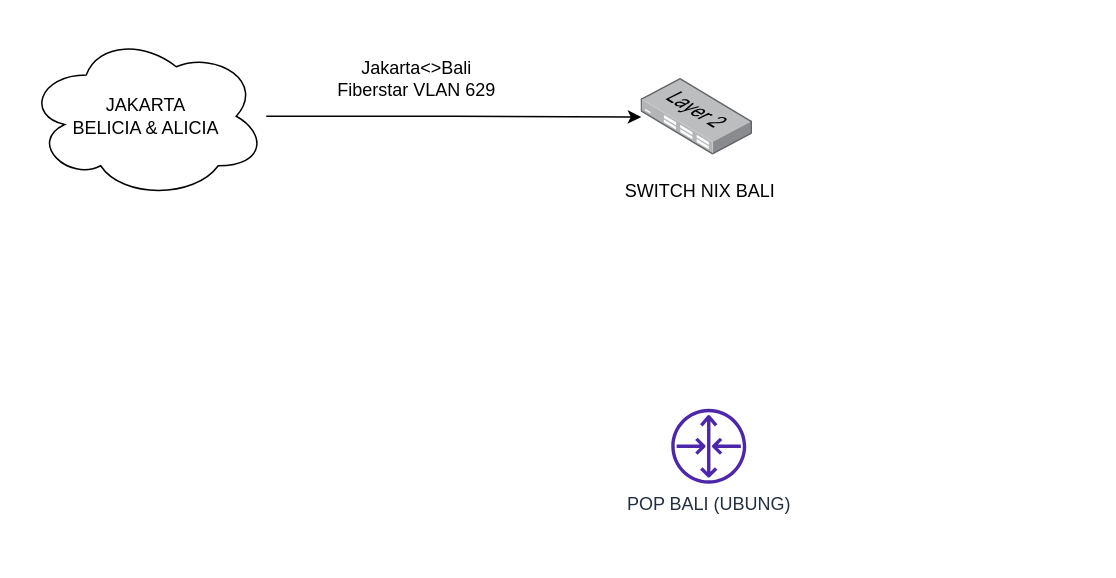
akbar12109/akbar12109.github.io keeps this draw.io diagram as POP BALI.drawio. Above is the earlier version. Source tidied: cells renumbered, new cells numbered last; positions are measured from the earlier drawing's top-left corner, leaving out a move shared by most shapes. Both pictures are drawn from the tidied source at 150%, with x=0, y=0 at pixel (26, 33).
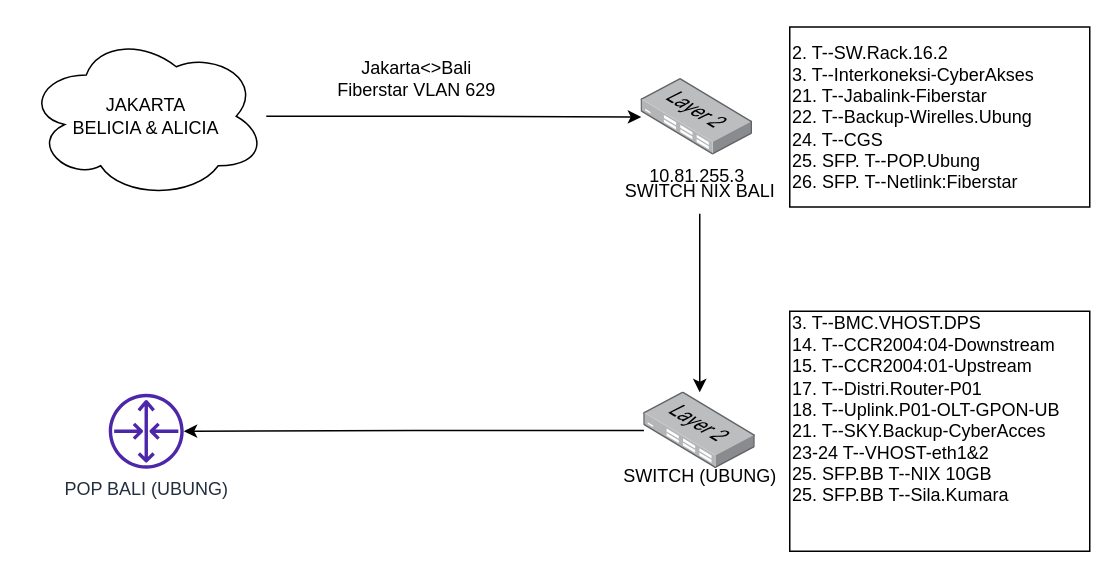
Above is the later version.

The edit, as a diff of the source:
```diff
@@
 <mxGraphModel>
   <root>
     <mxCell id="0" />
     <mxCell id="1" parent="0" />
     <mxCell id="2" style="edgeStyle=orthogonalEdgeStyle;rounded=0;jettySize=auto;html=1;" parent="1" edge="1" source="3" target="5">
       <mxGeometry relative="1" as="geometry" />
     </mxCell>
     <mxCell id="3" value="JAKARTA &lt;br&gt;BELICIA &amp;amp; ALICIA" style="ellipse;shape=cloud;whiteSpace=wrap;html=1;" parent="1" vertex="1">
       <mxGeometry width="160" height="110" as="geometry" />
     </mxCell>
     <mxCell id="4" value="POP BALI (UBUNG)" style="sketch=0;outlineConnect=0;fontColor=#232F3E;gradientColor=none;fillColor=#4D27AA;strokeColor=none;dashed=0;verticalLabelPosition=bottom;verticalAlign=top;align=center;html=1;fontSize=12;fontStyle=0;shape=mxgraph.aws4.router;" parent="1" vertex="1">
-      <mxGeometry x="430" y="250" width="50" height="50" as="geometry" />
+      <mxGeometry x="55" y="240" width="50" height="50" as="geometry" />
     </mxCell>
-    <mxCell id="5" style="points=[];html=1;align=center;shadow=0;dashed=0;image;image=img/lib/allied_telesis/switch/Switch_24_port_L2.svg;" parent="1" vertex="1">
+    <mxCell id="5" value="10.81.255.3" style="points=[];html=1;align=center;shadow=0;dashed=0;image;image=img/lib/allied_telesis/switch/Switch_24_port_L2.svg;" parent="1" vertex="1">
       <mxGeometry x="410" y="30" width="74.4" height="51" as="geometry" />
     </mxCell>
+    <mxCell id="8" style="edgeStyle=orthogonalEdgeStyle;rounded=0;jettySize=auto;html=1;" parent="1" edge="1" source="6" target="10">
+      <mxGeometry relative="1" as="geometry" />
+    </mxCell>
     <mxCell id="6" value="SWITCH NIX BALI" style="text;html=1;align=center;verticalAlign=middle;points=[];strokeColor=none;fillColor=none;" parent="1" vertex="1">
       <mxGeometry x="389" y="90" width="120" height="30" as="geometry" />
     </mxCell>
     <mxCell id="7" value="Jakarta&amp;lt;&amp;gt;Bali &lt;br&gt;Fiberstar VLAN 629" style="text;html=1;align=center;verticalAlign=middle;strokeColor=none;fillColor=none;" parent="1" vertex="1">
       <mxGeometry x="195" y="10" width="130" height="40" as="geometry" />
     </mxCell>
+    <mxCell id="9" style="edgeStyle=orthogonalEdgeStyle;rounded=0;jettySize=auto;html=1;" parent="1" edge="1" source="10" target="4">
+      <mxGeometry relative="1" as="geometry" />
+    </mxCell>
+    <mxCell id="10" style="points=[];html=1;align=center;shadow=0;dashed=0;image;image=img/lib/allied_telesis/switch/Switch_24_port_L2.svg;" parent="1" vertex="1">
+      <mxGeometry x="411.8" y="239" width="74.4" height="51" as="geometry" />
+    </mxCell>
+    <mxCell id="11" value="SWITCH (UBUNG)" style="text;html=1;align=center;verticalAlign=middle;strokeColor=none;fillColor=none;" parent="1" vertex="1">
+      <mxGeometry x="384" y="280" width="130" height="30" as="geometry" />
+    </mxCell>
+    <mxCell id="12" value="&lt;div align=&quot;left&quot;&gt;2. T--SW.Rack.16.2&lt;/div&gt;&lt;div align=&quot;left&quot;&gt;3. T--Interkoneksi-CyberAkses&lt;/div&gt;&lt;div align=&quot;left&quot;&gt;21. T--Jabalink-Fiberstar&lt;/div&gt;&lt;div align=&quot;left&quot;&gt;22. T--Backup-Wirelles.Ubung&lt;/div&gt;&lt;div align=&quot;left&quot;&gt;24. T--CGS&lt;/div&gt;&lt;div align=&quot;left&quot;&gt;25. SFP. T--POP.Ubung&lt;/div&gt;&lt;div align=&quot;left&quot;&gt;26. SFP. T--Netlink:Fiberstar&lt;br&gt;&lt;/div&gt;" style="whiteSpace=wrap;html=1;align=left;" parent="1" vertex="1">
+      <mxGeometry x="509" y="-4.5" width="200" height="120" as="geometry" />
+    </mxCell>
+    <mxCell id="13" value="&lt;div align=&quot;left&quot;&gt;3. T--BMC.VHOST.DPS&lt;/div&gt;&lt;div align=&quot;left&quot;&gt;14. T--CCR2004:04-Downstream&lt;/div&gt;&lt;div align=&quot;left&quot;&gt;15. T--CCR2004:01-Upstream&lt;/div&gt;&lt;div align=&quot;left&quot;&gt;17. T--Distri.Router-P01&lt;/div&gt;&lt;div align=&quot;left&quot;&gt;18. T--Uplink.P01-OLT-GPON-UB&lt;/div&gt;&lt;div align=&quot;left&quot;&gt;21. T--SKY.Backup-CyberAcces&lt;/div&gt;&lt;div align=&quot;left&quot;&gt;23-24 T--VHOST-eth1&amp;amp;2&lt;/div&gt;&lt;div align=&quot;left&quot;&gt;25. SFP.BB T--NIX 10GB&lt;/div&gt;&lt;div align=&quot;left&quot;&gt;25. SFP.BB T--Sila.Kumara&lt;br&gt;&lt;/div&gt;&lt;div align=&quot;left&quot;&gt;&lt;br&gt;&lt;/div&gt;&lt;div align=&quot;left&quot;&gt;&lt;br&gt;&lt;/div&gt;" style="whiteSpace=wrap;html=1;align=left;" parent="1" vertex="1">
+      <mxGeometry x="509" y="185" width="200" height="160" as="geometry" />
+    </mxCell>
   </root>
 </mxGraphModel>
```
